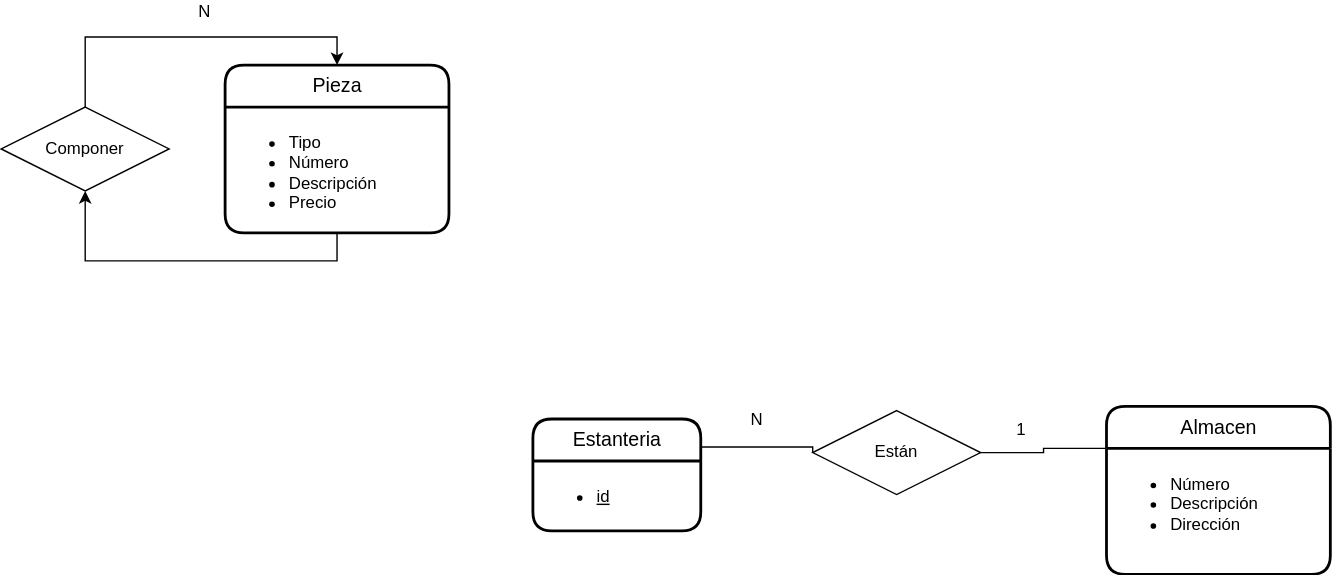
Before: UD12-5.svg, a diagram exported from draw.io (Jimxx22/C3-UD11-UML). Source tidied: cells renumbered, new cells last; positions are measured from the earlier drawing's top-left corner, leaving out a move shared by most shapes.
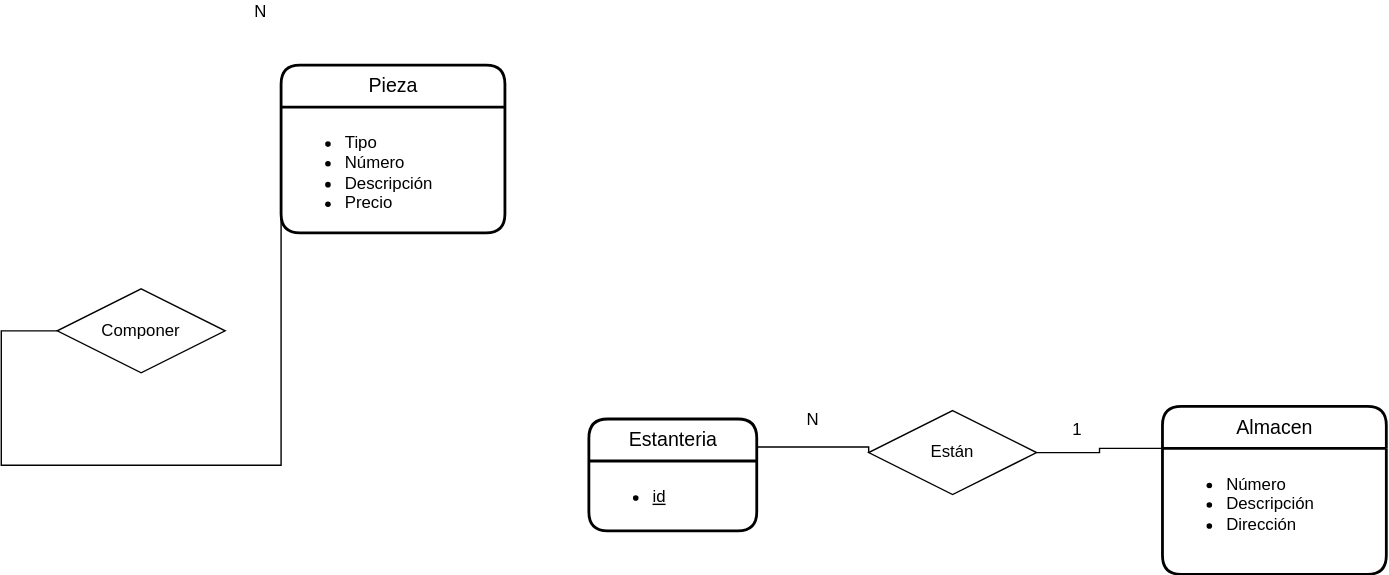
Later version of the same file.

What changed in the source:
```diff
@@ -14,6 +14,9 @@
     <mxCell id="5" value="&lt;ul&gt;&lt;li&gt;Tipo&lt;/li&gt;&lt;li&gt;Número&lt;/li&gt;&lt;li&gt;Descripción&lt;/li&gt;&lt;li&gt;Precio&lt;/li&gt;&lt;/ul&gt;" style="align=left;strokeColor=none;fillColor=none;spacingLeft=4;fontSize=12;verticalAlign=top;rounded=0;glass=0;html=1;" parent="4" vertex="1">
       <mxGeometry y="30" width="160" height="90" as="geometry" />
     </mxCell>
+    <mxCell id="9" style="edgeStyle=orthogonalEdgeStyle;rounded=0;jettySize=auto;html=1;exitX=1;exitY=0.25;exitDx=0;exitDy=0;entryX=1;entryY=0.5;entryDx=0;entryDy=0;endArrow=none;endFill=0;" parent="4" edge="1" source="5" target="4">
+      <mxGeometry relative="1" as="geometry" />
+    </mxCell>
     <mxCell id="6" style="edgeStyle=orthogonalEdgeStyle;rounded=0;jettySize=auto;html=1;exitX=0.5;exitY=0;exitDx=0;exitDy=0;entryX=-0.012;entryY=0.167;entryDx=0;entryDy=0;entryPerimeter=0;" parent="1" edge="1" source="10">
       <mxGeometry relative="1" as="geometry" />
     </mxCell>
@@ -23,11 +26,8 @@
     <mxCell id="8" value="&lt;ul&gt;&lt;li&gt;Número&lt;/li&gt;&lt;li&gt;Descripción&lt;/li&gt;&lt;li&gt;Dirección&lt;/li&gt;&lt;/ul&gt;" style="align=left;strokeColor=none;fillColor=none;spacingLeft=4;fontSize=12;verticalAlign=top;rounded=0;glass=0;html=1;" parent="7" vertex="1">
       <mxGeometry y="30" width="160" height="90" as="geometry" />
     </mxCell>
-    <mxCell id="9" style="edgeStyle=orthogonalEdgeStyle;rounded=0;jettySize=auto;html=1;exitX=0.5;exitY=0;exitDx=0;exitDy=0;entryX=0.5;entryY=0;entryDx=0;entryDy=0;" parent="1" edge="1" source="10" target="4">
-      <mxGeometry relative="1" as="geometry" />
-    </mxCell>
     <mxCell id="10" value="&lt;div&gt;Componer&lt;/div&gt;" style="shape=rhombus;perimeter=rhombusPerimeter;whiteSpace=wrap;html=1;align=center;" parent="1" vertex="1">
-      <mxGeometry y="60" width="120" height="60" as="geometry" />
+      <mxGeometry y="190" width="120" height="60" as="geometry" />
     </mxCell>
     <mxCell id="11" style="edgeStyle=orthogonalEdgeStyle;rounded=0;jettySize=auto;html=1;exitX=0;exitY=0.75;exitDx=0;exitDy=0;entryX=1;entryY=0.5;entryDx=0;entryDy=0;" parent="1" edge="1" target="10">
       <mxGeometry relative="1" as="geometry" />
@@ -43,8 +43,13 @@
     <mxCell id="13" value="N" style="html=1;align=right;verticalAlign=bottom;direction=north;" parent="1" vertex="1">
       <mxGeometry x="150" as="geometry" />
     </mxCell>
-    <mxCell id="14" style="edgeStyle=orthogonalEdgeStyle;rounded=0;jettySize=auto;html=1;exitX=0.5;exitY=1;exitDx=0;exitDy=0;entryX=0.5;entryY=1;entryDx=0;entryDy=0;" parent="1" edge="1" source="5" target="10">
-      <mxGeometry relative="1" as="geometry" />
+    <mxCell id="14" style="edgeStyle=orthogonalEdgeStyle;rounded=0;jettySize=auto;html=1;exitX=0;exitY=0.5;exitDx=0;exitDy=0;entryX=0;entryY=0.25;entryDx=0;entryDy=0;endArrow=none;endFill=0;" parent="1" edge="1" source="10" target="5">
+      <mxGeometry relative="1" as="geometry">
+        <Array as="points">
+          <mxPoint x="-40" y="220" />
+          <mxPoint x="-40" y="316" />
+        </Array>
+      </mxGeometry>
     </mxCell>
     <mxCell id="15" style="edgeStyle=orthogonalEdgeStyle;rounded=0;jettySize=auto;html=1;endArrow=none;endFill=0;entryX=0;entryY=0.25;entryDx=0;entryDy=0;" parent="1" edge="1" source="16" target="7">
       <mxGeometry relative="1" as="geometry" />
```
